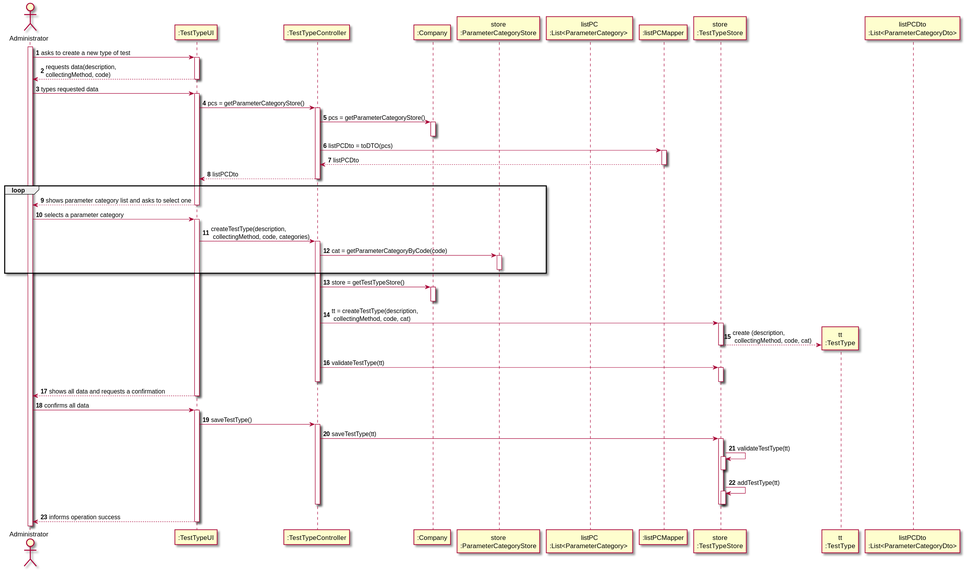
The PlantUML diagram docs/SprintC/US9_CreateTestType/US009_SD.svg in Pedromaia26/LAPR2-ISEP, before a commit. Source of this version:
```plantuml
@startuml
actor Administrator as Adm
participant ":TestTypeUI" as UI
participant ":TestTypeController" as TTC
participant ":Company" as ML
participant "store\n:ParameterCategoryStore" as PCS
participant "listPC\n:List<ParameterCategory> " as LPC
participant ":listPCMapper" as MAP
participant "store\n:TestTypeStore" as TTS
participant "tt\n:TestType" as TT
participant "listPCDto\n:List<ParameterCategoryDto>" as DTO
autonumber


activate Adm
Adm -> UI: asks to create a new type of test
activate UI
UI --> Adm: requests data(description, \ncollectingMethod, code)
deactivate UI


Adm -> UI: types requested data
activate UI
UI->TTC: pcs = getParameterCategoryStore()
activate TTC
TTC->ML: pcs = getParameterCategoryStore()
activate ML

deactivate ML
    TTC -> MAP: listPCDto = toDTO(pcs)
activate MAP

MAP --> TTC: listPCDto
deactivate MAP
TTC --> UI: listPCDto
deactivate TTC
loop
UI --> Adm: shows parameter category list and asks to select one
deactivate UI


Adm -> UI: selects a parameter category
activate UI
UI -> TTC: createTestType(description, \n collectingMethod, code, categories)
activate TTC
TTC -> PCS: cat = getParameterCategoryByCode(code)
activate PCS
deactivate PCS
end
TTC -> ML: store = getTestTypeStore()
activate ML
deactivate ML
TTC -> TTS: tt = createTestType(description, \n collectingMethod, code, cat)
activate TTS
TTS --> TT**: create (description, \n collectingMethod, code, cat)
deactivate TTS
TTC -> TTS: validateTestType(tt)
activate TTS
deactivate TTS
deactivate TTC
UI --> Adm: shows all data and requests a confirmation
deactivate ML
deactivate UI


Adm -> UI: confirms all data
activate UI
UI -> TTC: saveTestType()
activate TTC
TTC -> TTS: saveTestType(tt)
activate TTS
TTS -> TTS: validateTestType(tt)
activate TTS
deactivate TTS
TTS -> TTS: addTestType(tt)
activate TTS
deactivate TTS
deactivate TTC
deactivate TTS
UI --> Adm: informs operation success
deactivate UI


@enduml
```
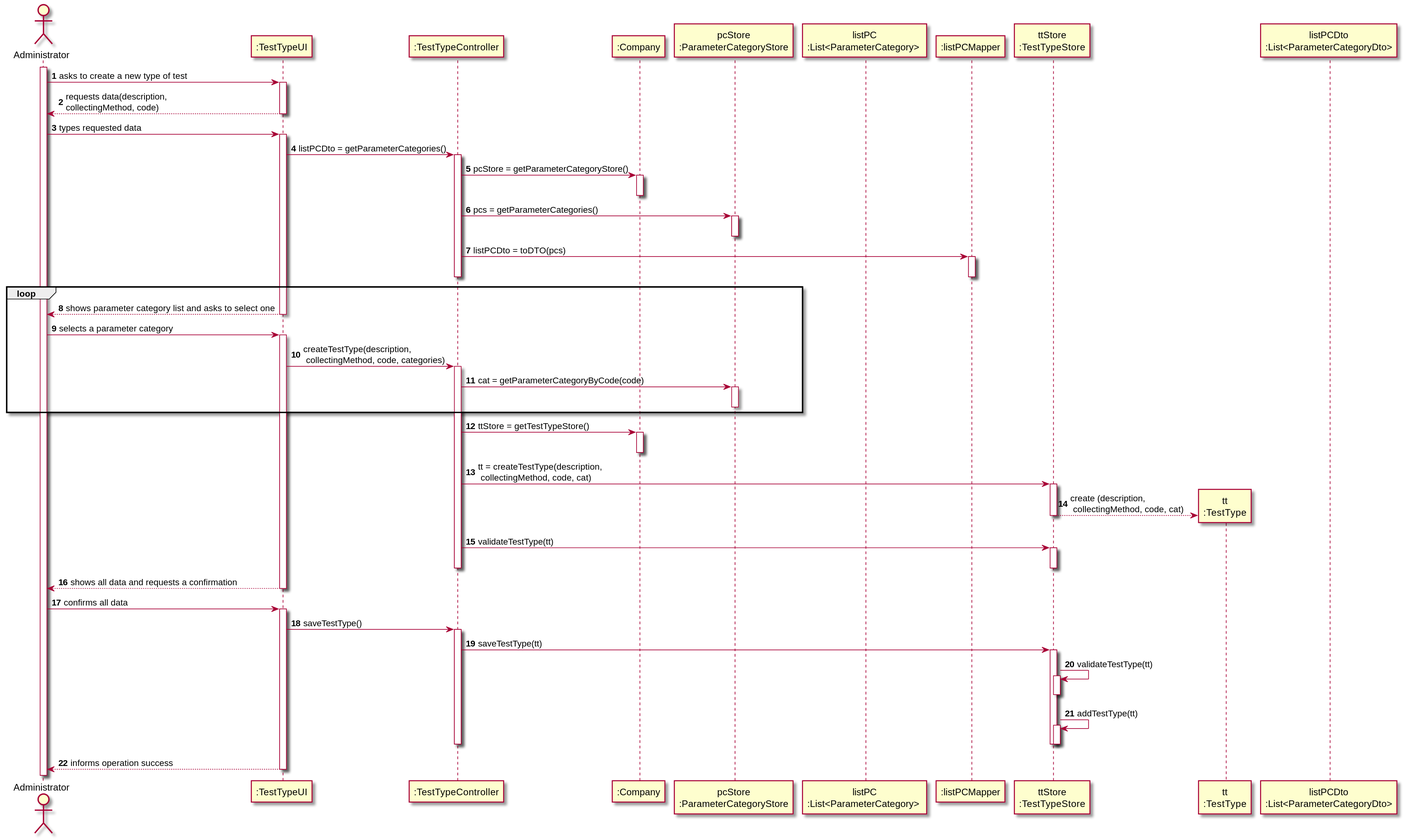
The same diagram one commit later.

What changed in the source:
```diff
@@ -3,10 +3,10 @@
 participant ":TestTypeUI" as UI
 participant ":TestTypeController" as TTC
 participant ":Company" as ML
-participant "store\n:ParameterCategoryStore" as PCS
+participant "pcStore\n:ParameterCategoryStore" as PCS
 participant "listPC\n:List<ParameterCategory> " as LPC
 participant ":listPCMapper" as MAP
-participant "store\n:TestTypeStore" as TTS
+participant "ttStore\n:TestTypeStore" as TTS
 participant "tt\n:TestType" as TT
 participant "listPCDto\n:List<ParameterCategoryDto>" as DTO
 autonumber
@@ -21,18 +21,18 @@
 
 Adm -> UI: types requested data
 activate UI
-UI->TTC: pcs = getParameterCategoryStore()
+UI->TTC: listPCDto = getParameterCategories()
 activate TTC
-TTC->ML: pcs = getParameterCategoryStore()
+TTC->ML: pcStore = getParameterCategoryStore()
 activate ML
+deactivate ML
+TTC -> PCS: pcs = getParameterCategories()
+activate PCS
+deactivate PCS
+TTC -> MAP: listPCDto = toDTO(pcs)
+activate MAP
+deactivate MAP
 
-deactivate ML
-    TTC -> MAP: listPCDto = toDTO(pcs)
-activate MAP
-
-MAP --> TTC: listPCDto
-deactivate MAP
-TTC --> UI: listPCDto
 deactivate TTC
 loop
 UI --> Adm: shows parameter category list and asks to select one
@@ -47,7 +47,7 @@
 activate PCS
 deactivate PCS
 end
-TTC -> ML: store = getTestTypeStore()
+TTC -> ML: ttStore = getTestTypeStore()
 activate ML
 deactivate ML
 TTC -> TTS: tt = createTestType(description, \n collectingMethod, code, cat)
```
